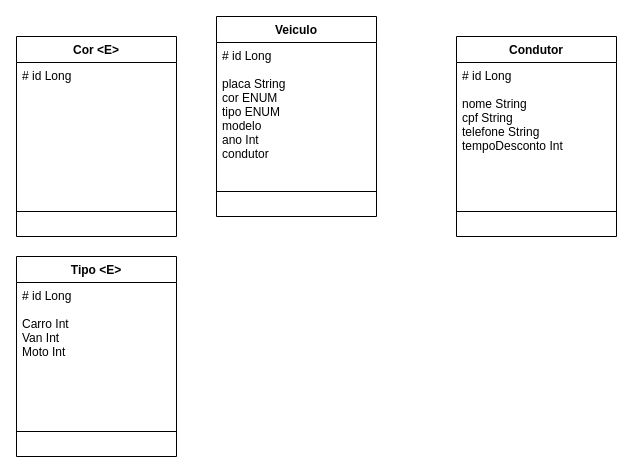
Earlier version of the draw.io diagram Diagrama sem nome.drawio (gabrielruizmb/estacionamento-api). Source tidied: cells renumbered, new cells numbered last; positions are measured from the earlier drawing's top-left corner, leaving out a move shared by most shapes. Both pictures are drawn from the tidied source at 100%, with x=0, y=0 at pixel (16, 16).
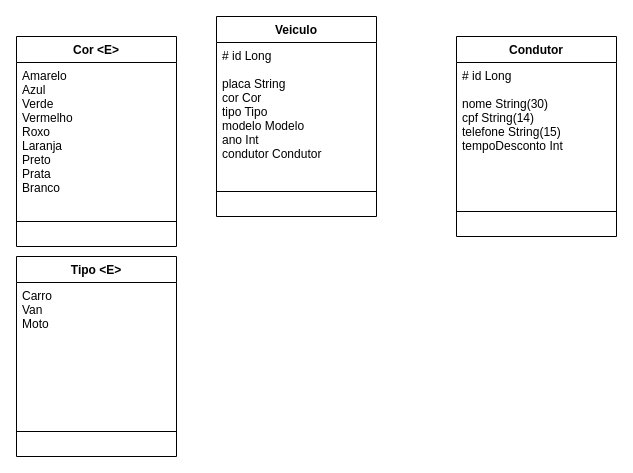
The same page after the edit.

Diff of the diagram source:
```diff
@@
 <mxGraphModel>
   <root>
     <mxCell id="0" />
     <mxCell id="1" parent="0" />
     <mxCell id="2" value="Veiculo" style="swimlane;fontStyle=1;align=center;verticalAlign=top;horizontal=1;startSize=26;" parent="1" vertex="1">
       <mxGeometry x="200" width="160" height="200" as="geometry" />
     </mxCell>
-    <mxCell id="3" value="# id Long&#10;&#10;placa String&#10;cor ENUM&#10;tipo ENUM&#10;modelo &#10;ano Int&#10;condutor" style="text;strokeColor=none;fillColor=none;align=left;verticalAlign=top;spacingLeft=4;spacingRight=4;overflow=hidden;" parent="2" vertex="1">
+    <mxCell id="3" value="# id Long&#10;&#10;placa String&#10;cor Cor&#10;tipo Tipo&#10;modelo Modelo&#10;ano Int&#10;condutor Condutor" style="text;strokeColor=none;fillColor=none;align=left;verticalAlign=top;spacingLeft=4;spacingRight=4;overflow=hidden;" parent="2" vertex="1">
       <mxGeometry y="26" width="160" height="124" as="geometry" />
     </mxCell>
     <mxCell id="4" style="line;strokeWidth=1;fillColor=none;align=left;verticalAlign=middle;spacingTop=-1;spacingLeft=3;spacingRight=3;labelPosition=right;strokeColor=inherit;" parent="2" vertex="1">
       <mxGeometry y="150" width="160" height="50" as="geometry" />
     </mxCell>
     <mxCell id="5" value="Condutor" style="swimlane;fontStyle=1;align=center;verticalAlign=top;horizontal=1;startSize=26;" parent="1" vertex="1">
       <mxGeometry x="440" y="20" width="160" height="200" as="geometry" />
     </mxCell>
-    <mxCell id="6" value="# id Long&#10;&#10;nome String&#10;cpf String&#10;telefone String&#10;tempoDesconto Int" style="text;strokeColor=none;fillColor=none;align=left;verticalAlign=top;spacingLeft=4;spacingRight=4;overflow=hidden;" parent="5" vertex="1">
+    <mxCell id="6" value="# id Long&#10;&#10;nome String(30)&#10;cpf String(14)&#10;telefone String(15)&#10;tempoDesconto Int" style="text;strokeColor=none;fillColor=none;align=left;verticalAlign=top;spacingLeft=4;spacingRight=4;overflow=hidden;" parent="5" vertex="1">
       <mxGeometry y="26" width="160" height="124" as="geometry" />
     </mxCell>
     <mxCell id="7" style="line;strokeWidth=1;fillColor=none;align=left;verticalAlign=middle;spacingTop=-1;spacingLeft=3;spacingRight=3;labelPosition=right;strokeColor=inherit;" parent="5" vertex="1">
       <mxGeometry y="150" width="160" height="50" as="geometry" />
     </mxCell>
     <mxCell id="8" value="Cor &lt;E&gt;" style="swimlane;fontStyle=1;align=center;verticalAlign=top;horizontal=1;startSize=26;" parent="1" vertex="1">
-      <mxGeometry y="20" width="160" height="200" as="geometry" />
+      <mxGeometry y="20" width="160" height="210" as="geometry" />
     </mxCell>
-    <mxCell id="9" value="# id Long&#10;&#10;" style="text;strokeColor=none;fillColor=none;align=left;verticalAlign=top;spacingLeft=4;spacingRight=4;overflow=hidden;" parent="8" vertex="1">
-      <mxGeometry y="26" width="160" height="124" as="geometry" />
+    <mxCell id="9" value="Amarelo&#10;Azul&#10;Verde&#10;Vermelho&#10;Roxo&#10;Laranja&#10;Preto&#10;Prata&#10;Branco" style="text;strokeColor=none;fillColor=none;align=left;verticalAlign=top;spacingLeft=4;spacingRight=4;overflow=hidden;" parent="8" vertex="1">
+      <mxGeometry y="26" width="160" height="134" as="geometry" />
     </mxCell>
     <mxCell id="10" style="line;strokeWidth=1;fillColor=none;align=left;verticalAlign=middle;spacingTop=-1;spacingLeft=3;spacingRight=3;labelPosition=right;strokeColor=inherit;" parent="8" vertex="1">
-      <mxGeometry y="150" width="160" height="50" as="geometry" />
+      <mxGeometry y="160" width="160" height="50" as="geometry" />
     </mxCell>
     <mxCell id="11" value="Tipo &lt;E&gt;" style="swimlane;fontStyle=1;align=center;verticalAlign=top;horizontal=1;startSize=26;" parent="1" vertex="1">
       <mxGeometry y="240" width="160" height="200" as="geometry" />
     </mxCell>
-    <mxCell id="12" value="# id Long&#10;&#10;Carro Int&#10;Van Int&#10;Moto Int" style="text;strokeColor=none;fillColor=none;align=left;verticalAlign=top;spacingLeft=4;spacingRight=4;overflow=hidden;" parent="11" vertex="1">
+    <mxCell id="12" value="Carro &#10;Van &#10;Moto" style="text;strokeColor=none;fillColor=none;align=left;verticalAlign=top;spacingLeft=4;spacingRight=4;overflow=hidden;" parent="11" vertex="1">
       <mxGeometry y="26" width="160" height="124" as="geometry" />
     </mxCell>
     <mxCell id="13" style="line;strokeWidth=1;fillColor=none;align=left;verticalAlign=middle;spacingTop=-1;spacingLeft=3;spacingRight=3;labelPosition=right;strokeColor=inherit;" parent="11" vertex="1">
       <mxGeometry y="150" width="160" height="50" as="geometry" />
     </mxCell>
   </root>
 </mxGraphModel>
```
